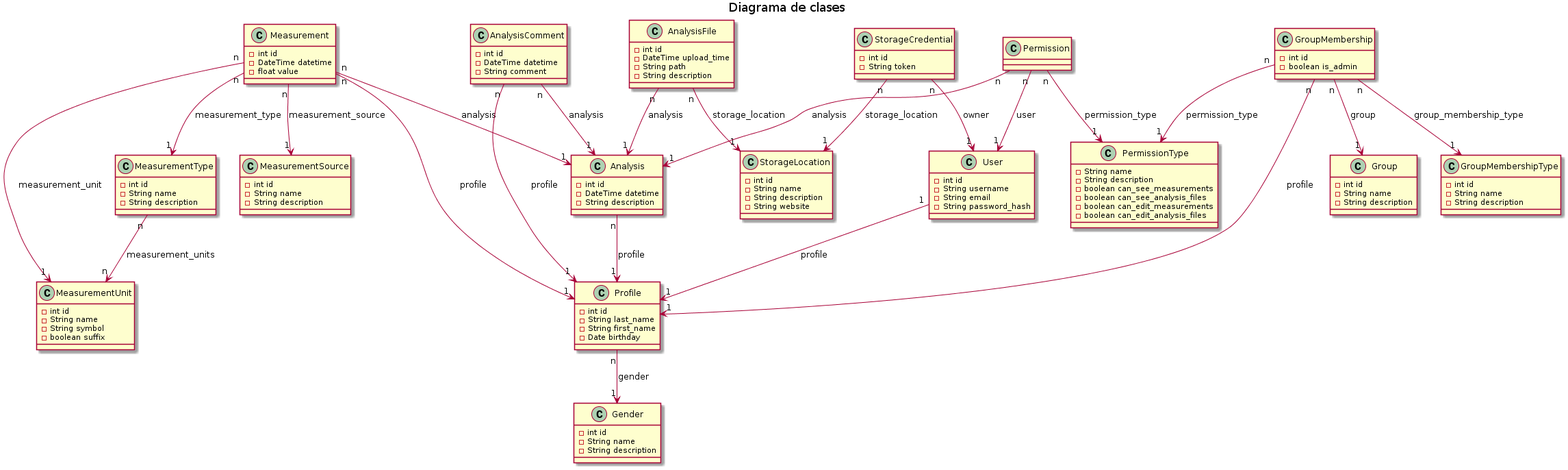
Above: uml/diagramaClases.png in yaninagm/doc (PlantUML), before the change.
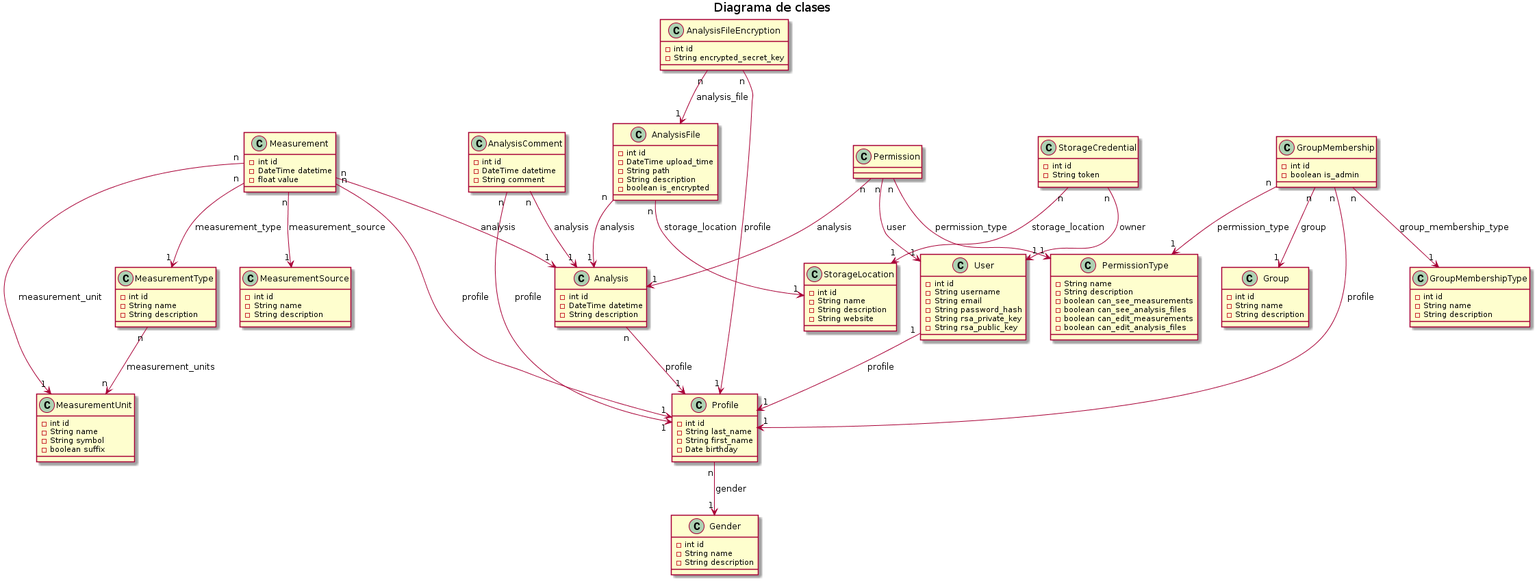
The same file after the commit.

Commit message:
Implementación de encriptación para archivos de análisis

The edit, as a diff of the source:
```diff
@@ -45,6 +45,8 @@
     -String username
     -String email
     -String password_hash
+    -String rsa_private_key
+    -String rsa_public_key
 }
 
 class Analysis {
@@ -58,6 +60,12 @@
     -DateTime upload_time
     -String path
     -String description
+    -boolean is_encrypted
+}
+
+class AnalysisFileEncryption {
+    -int id
+    -String encrypted_secret_key
 }
 
 class Permission {
@@ -127,6 +135,9 @@
 AnalysisComment "n" --> "1" Analysis : "analysis"
 AnalysisComment "n" --> "1" Profile : "profile"
 
+AnalysisFileEncryption "n" --> "1" AnalysisFile : analysis_file
+AnalysisFileEncryption "n" --> "1" Profile : profile
+
 Permission "n" --> "1" Analysis : analysis
 Permission "n" --> "1" PermissionType : permission_type
 Permission "n" --> "1" User : user
```
